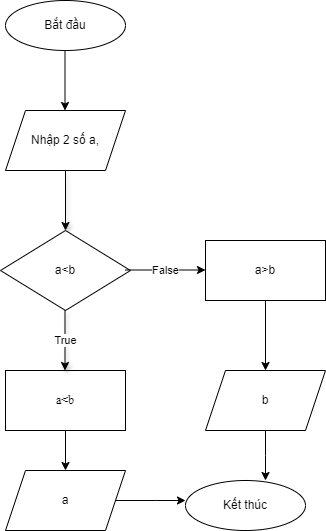
hoanganholop/VuNguyenHoangAnh_HN_C_Session1 keeps this draw.io diagram as Session1_01.drawio.png. Above is the earlier version. Source tidied: cells renumbered, new cells last; positions are measured from the earlier drawing's top-left corner, leaving out a move shared by most shapes. The source it was exported from:
```xml
<mxGraphModel>
  <root>
    <mxCell id="0" />
    <mxCell id="1" parent="0" />
    <mxCell id="2" value="Bắt đầu" style="ellipse;whiteSpace=wrap;html=1;fontFamily=Helvetica;" parent="1" vertex="1">
      <mxGeometry x="5" width="120" height="50" as="geometry" />
    </mxCell>
    <mxCell id="3" style="edgeStyle=orthogonalEdgeStyle;rounded=0;jettySize=auto;html=1;exitX=0.5;exitY=1;exitDx=0;exitDy=0;entryX=0.5;entryY=0;entryDx=0;entryDy=0;" parent="1" edge="1" source="4" target="14">
      <mxGeometry relative="1" as="geometry" />
    </mxCell>
    <mxCell id="4" value="a&amp;lt;b" style="rounded=0;whiteSpace=wrap;html=1;fontFamily=Times New Roman;" parent="1" vertex="1">
      <mxGeometry x="5" y="370" width="120" height="60" as="geometry" />
    </mxCell>
    <mxCell id="5" value="Nhập 2 số a," style="shape=parallelogram;perimeter=parallelogramPerimeter;whiteSpace=wrap;html=1;fixedSize=1;fontFamily=Helvetica;" parent="1" vertex="1">
      <mxGeometry x="5" y="110" width="120" height="60" as="geometry" />
    </mxCell>
    <mxCell id="6" style="endArrow=classic;html=1;rounded=0;" parent="1" edge="1">
      <mxGeometry relative="1" as="geometry">
        <mxPoint x="64.5" y="50" as="sourcePoint" />
        <mxPoint x="64.5" y="110" as="targetPoint" />
      </mxGeometry>
    </mxCell>
    <mxCell id="7" style="endArrow=classic;html=1;rounded=0;shadow=1;" parent="1" edge="1">
      <mxGeometry relative="1" as="geometry">
        <mxPoint x="65" y="170" as="sourcePoint" />
        <mxPoint x="65" y="230" as="targetPoint" />
      </mxGeometry>
    </mxCell>
    <mxCell id="8" value="a&amp;lt;b" style="rhombus;whiteSpace=wrap;html=1;" parent="1" vertex="1">
      <mxGeometry y="230" width="130" height="80" as="geometry" />
    </mxCell>
    <mxCell id="9" value="False" style="endArrow=classic;html=1;rounded=0;" parent="1" edge="1">
      <mxGeometry relative="1" as="geometry">
        <mxPoint x="125" y="269.5" as="sourcePoint" />
        <mxPoint x="205" y="269.5" as="targetPoint" />
      </mxGeometry>
    </mxCell>
    <mxCell id="10" value="True" style="endArrow=classic;html=1;rounded=0;shadow=1;" parent="1" edge="1">
      <mxGeometry relative="1" as="geometry">
        <mxPoint x="64.5" y="310" as="sourcePoint" />
        <mxPoint x="64.5" y="370" as="targetPoint" />
      </mxGeometry>
    </mxCell>
    <mxCell id="11" style="edgeStyle=orthogonalEdgeStyle;rounded=0;jettySize=auto;html=1;exitX=0.5;exitY=1;exitDx=0;exitDy=0;entryX=0.5;entryY=0;entryDx=0;entryDy=0;" parent="1" edge="1" source="12" target="15">
      <mxGeometry relative="1" as="geometry" />
    </mxCell>
    <mxCell id="12" value="a&amp;gt;b" style="rounded=0;whiteSpace=wrap;html=1;" parent="1" vertex="1">
      <mxGeometry x="205" y="240" width="120" height="60" as="geometry" />
    </mxCell>
    <mxCell id="13" style="edgeStyle=orthogonalEdgeStyle;rounded=0;jettySize=auto;html=1;exitX=1;exitY=0.5;exitDx=0;exitDy=0;" parent="1" edge="1" source="14">
      <mxGeometry relative="1" as="geometry">
        <mxPoint x="185" y="500" as="targetPoint" />
      </mxGeometry>
    </mxCell>
    <mxCell id="14" value="a" style="shape=parallelogram;perimeter=parallelogramPerimeter;whiteSpace=wrap;html=1;fixedSize=1;" parent="1" vertex="1">
      <mxGeometry x="5" y="470" width="120" height="60" as="geometry" />
    </mxCell>
    <mxCell id="15" value="b" style="shape=parallelogram;perimeter=parallelogramPerimeter;whiteSpace=wrap;html=1;fixedSize=1;" parent="1" vertex="1">
      <mxGeometry x="205" y="370" width="120" height="60" as="geometry" />
    </mxCell>
    <mxCell id="16" value="Kết thúc" style="ellipse;whiteSpace=wrap;html=1;" parent="1" vertex="1">
      <mxGeometry x="185" y="480" width="120" height="50" as="geometry" />
    </mxCell>
    <mxCell id="17" style="edgeStyle=orthogonalEdgeStyle;rounded=0;jettySize=auto;html=1;exitX=0.5;exitY=1;exitDx=0;exitDy=0;" parent="1" edge="1" source="15">
      <mxGeometry relative="1" as="geometry">
        <mxPoint x="265" y="480" as="targetPoint" />
        <Array as="points">
          <mxPoint x="265" y="455" />
        </Array>
      </mxGeometry>
    </mxCell>
  </root>
</mxGraphModel>
```
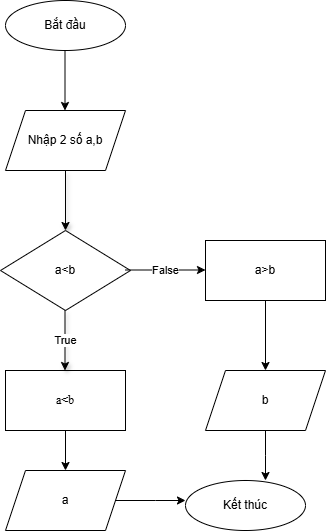
Above is the later version.

Diff of the diagram source:
```diff
@@ -11,7 +11,7 @@
     <mxCell id="4" value="a&amp;lt;b" style="rounded=0;whiteSpace=wrap;html=1;fontFamily=Times New Roman;" parent="1" vertex="1">
       <mxGeometry x="5" y="370" width="120" height="60" as="geometry" />
     </mxCell>
-    <mxCell id="5" value="Nhập 2 số a," style="shape=parallelogram;perimeter=parallelogramPerimeter;whiteSpace=wrap;html=1;fixedSize=1;fontFamily=Helvetica;" parent="1" vertex="1">
+    <mxCell id="5" value="Nhập 2 số a,b" style="shape=parallelogram;perimeter=parallelogramPerimeter;whiteSpace=wrap;html=1;fixedSize=1;fontFamily=Helvetica;" parent="1" vertex="1">
       <mxGeometry x="5" y="110" width="120" height="60" as="geometry" />
     </mxCell>
     <mxCell id="6" style="endArrow=classic;html=1;rounded=0;" parent="1" edge="1">
```
